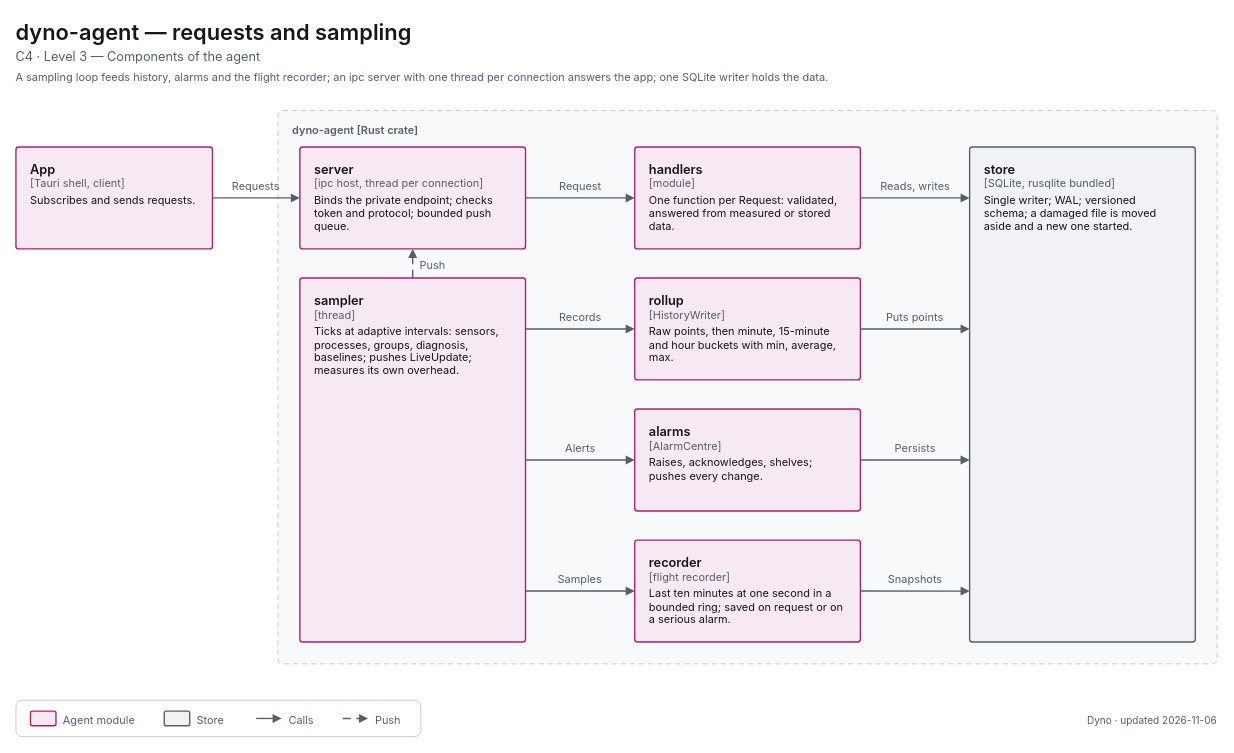
Before: apps/dyno/diagrams/c4-3-components-agent.drawio in decryp7/paddock, a draw.io diagram. Source tidied: cells renumbered, new cells numbered last; positions are measured from the earlier drawing's top-left corner, leaving out a move shared by most shapes. Both pictures are drawn from the tidied source at 91%, with x=0, y=0 at pixel (15, 15).
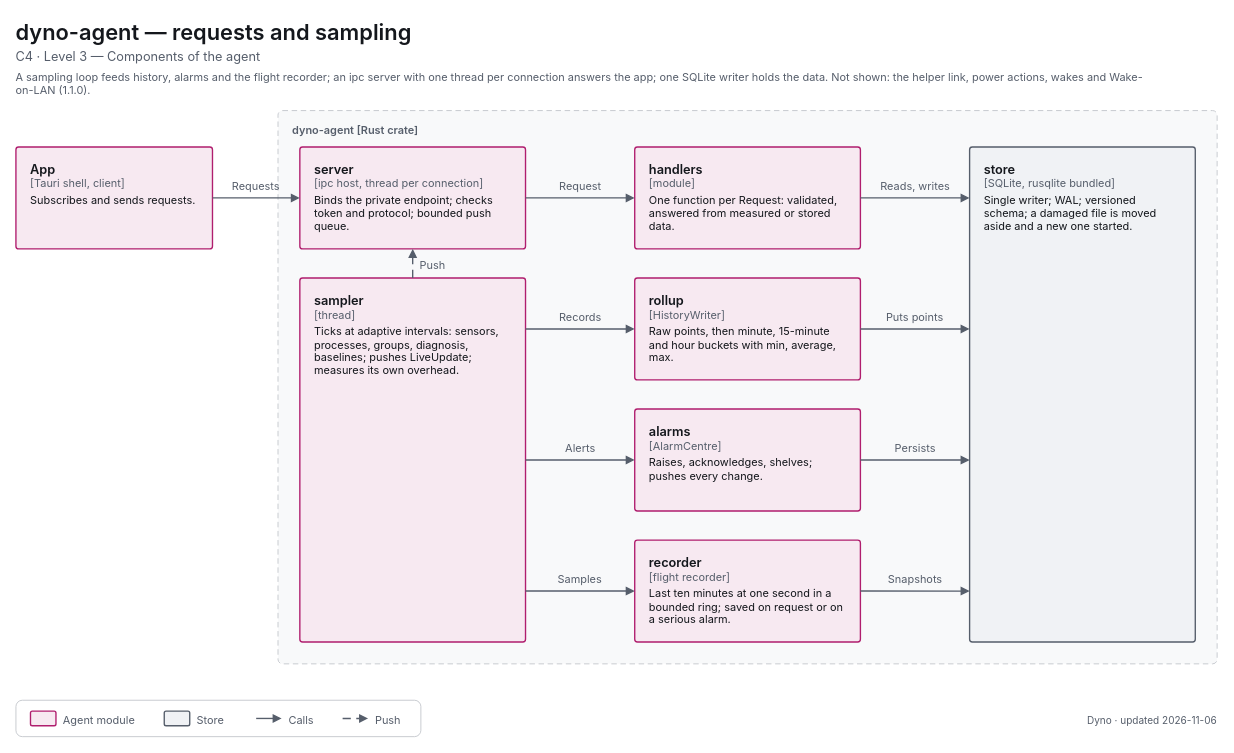
After the change.

Change to the diagram source:
```diff
@@
-    <mxCell id="4" value="&lt;span style=&quot;font-size:12px;font-weight:400&quot;&gt;A sampling loop feeds history, alarms and the flight recorder; an ipc server with one thread per connection answers the app; one SQLite writer holds the data.&lt;/span&gt;" style="html=1;whiteSpace=wrap;fontFamily=-apple-system,BlinkMacSystemFont,Segoe UI,system-ui,sans-serif;fontSize=12;fontColor=light-dark(#14171C,#ECEEF1);text;strokeColor=none;fillColor=none;align=left;verticalAlign=top;spacing=0;fontColor=light-dark(#565E6B,#A0A7B2);" parent="1" vertex="1">
+    <mxCell id="4" value="&lt;span style=&quot;font-size:12px;font-weight:400&quot;&gt;A sampling loop feeds history, alarms and the flight recorder; an ipc server with one thread per connection answers the app; one SQLite writer holds the data. Not shown: the helper link, power actions, wakes and Wake-on-LAN (1.1.0).&lt;/span&gt;" style="html=1;whiteSpace=wrap;fontFamily=-apple-system,BlinkMacSystemFont,Segoe UI,system-ui,sans-serif;fontSize=12;fontColor=light-dark(#14171C,#ECEEF1);text;strokeColor=none;fillColor=none;align=left;verticalAlign=top;spacing=0;fontColor=light-dark(#565E6B,#A0A7B2);" parent="1" vertex="1">
       <mxGeometry y="56" width="1248" height="20" as="geometry" />
     </mxCell>
```
